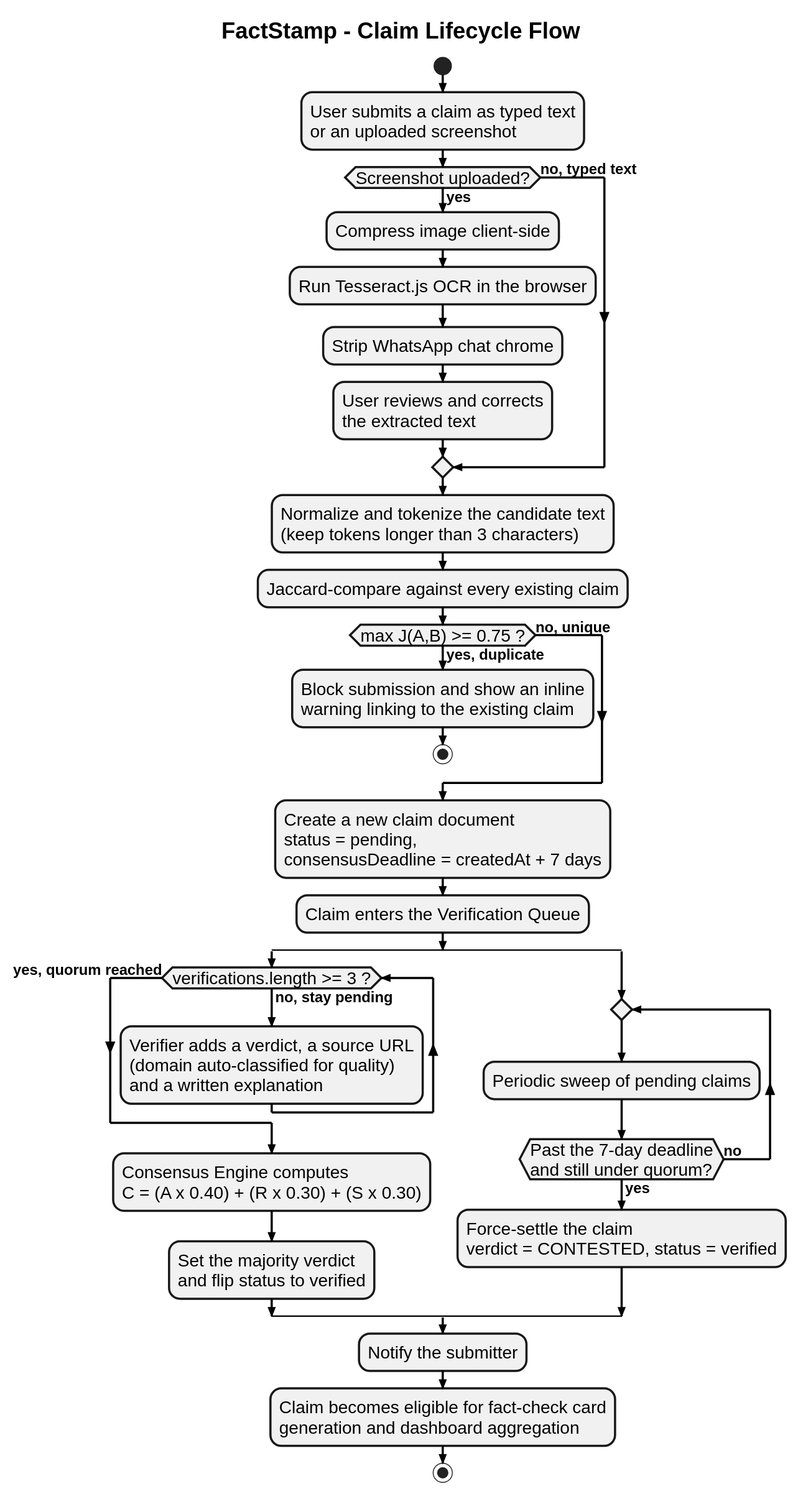
Above: FactStamp/black_book_draft/04_System_Design/attachments/claim_lifecycle_flow.svg in aadish0day/typst (PlantUML), before the change. Source of this version:
```plantuml
@startuml
skinparam style strictuml
skinparam monochrome true
skinparam defaultFontName "Liberation Sans"
skinparam defaultFontSize 20
skinparam defaultFontStyle bold
skinparam titleFontSize 26
skinparam titleFontStyle bold
skinparam backgroundColor white
skinparam ArrowColor black
skinparam ArrowThickness 2.5
skinparam ArrowFontSize 17
skinparam ArrowFontStyle bold
skinparam ActivityBorderThickness 2.5
skinparam ActivityDiamondBorderThickness 2.5
skinparam nodesep 30
skinparam ranksep 30
title FactStamp - Claim Lifecycle Flow

start

:User submits a claim as typed text\nor an uploaded screenshot;

if (Screenshot uploaded?) then (yes)
  :Compress image client-side;
  :Run Tesseract.js OCR in the browser;
  :Strip WhatsApp chat chrome;
  :User reviews and corrects\nthe extracted text;
else (no, typed text)
endif

:Normalize and tokenize the candidate text\n(keep tokens longer than 3 characters);

:Jaccard-compare against every existing claim;

if (max J(A,B) >= 0.75 ?) then (yes, duplicate)
  :Block submission and show an inline\nwarning linking to the existing claim;
  stop
else (no, unique)
endif

:Create a new claim document\nstatus = pending,\nconsensusDeadline = createdAt + 7 days;

:Claim enters the Verification Queue;

split
  while (verifications.length >= 3 ?) is (no, stay pending)
    :Verifier adds a verdict, a source URL\n(domain auto-classified for quality)\nand a written explanation;
  endwhile (yes, quorum reached)

  :Consensus Engine computes\nC = (A x 0.40) + (R x 0.30) + (S x 0.30);
  :Set the majority verdict\nand flip status to verified;

split again
  repeat
    :Periodic sweep of pending claims;
  repeat while (Past the 7-day deadline\nand still under quorum?) is (no) not (yes)

  :Force-settle the claim\nverdict = CONTESTED, status = verified;
end split

:Notify the submitter;

:Claim becomes eligible for fact-check card\ngeneration and dashboard aggregation;

stop
@enduml
```
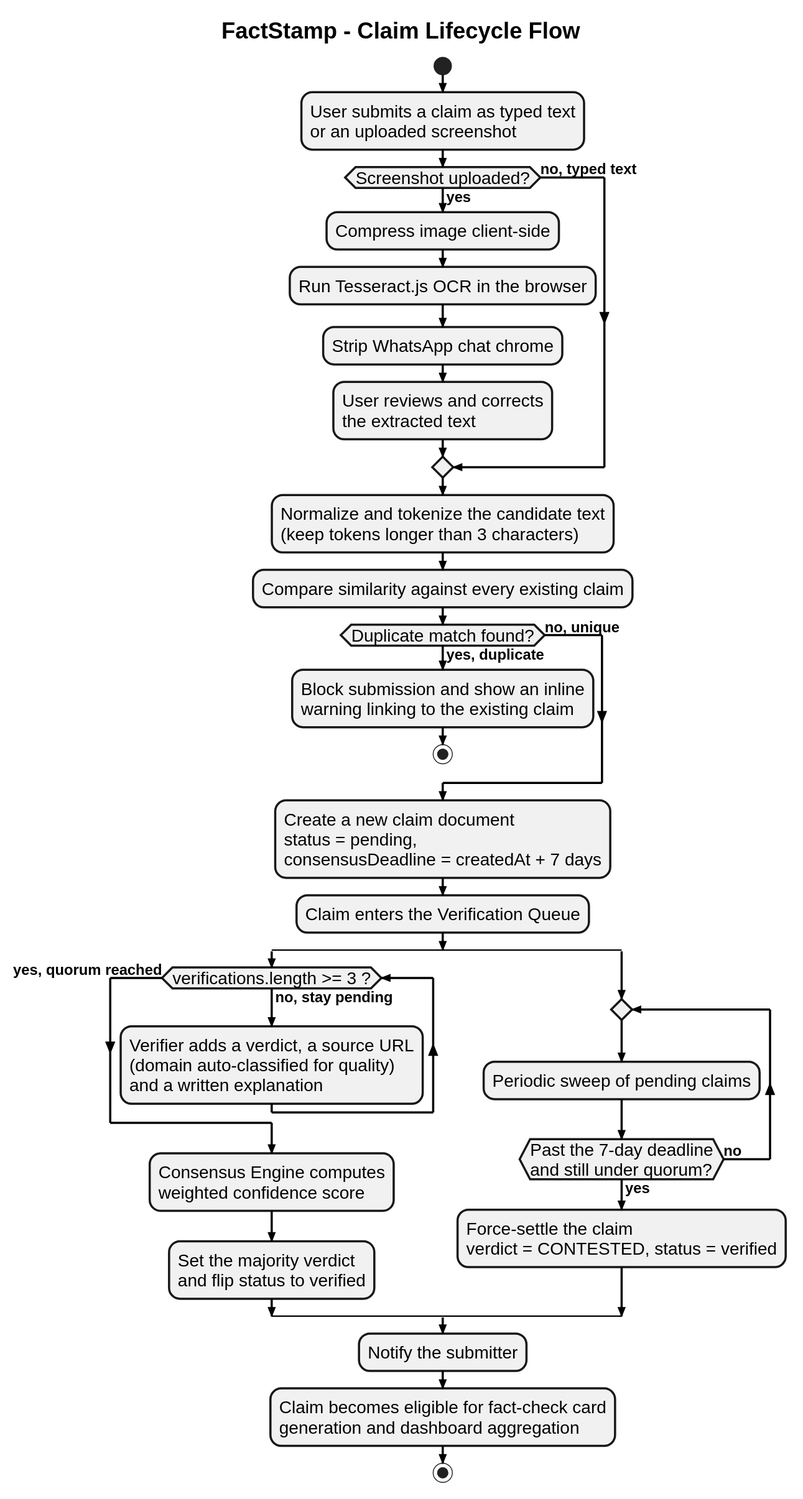
Above is the later version.

What changed in the source:
```diff
@@ -31,9 +31,9 @@
 
 :Normalize and tokenize the candidate text\n(keep tokens longer than 3 characters);
 
-:Jaccard-compare against every existing claim;
+:Compare similarity against every existing claim;
 
-if (max J(A,B) >= 0.75 ?) then (yes, duplicate)
+if (Duplicate match found?) then (yes, duplicate)
   :Block submission and show an inline\nwarning linking to the existing claim;
   stop
 else (no, unique)
@@ -48,7 +48,7 @@
     :Verifier adds a verdict, a source URL\n(domain auto-classified for quality)\nand a written explanation;
   endwhile (yes, quorum reached)
 
-  :Consensus Engine computes\nC = (A x 0.40) + (R x 0.30) + (S x 0.30);
+  :Consensus Engine computes\nweighted confidence score;
   :Set the majority verdict\nand flip status to verified;
 
 split again
```
